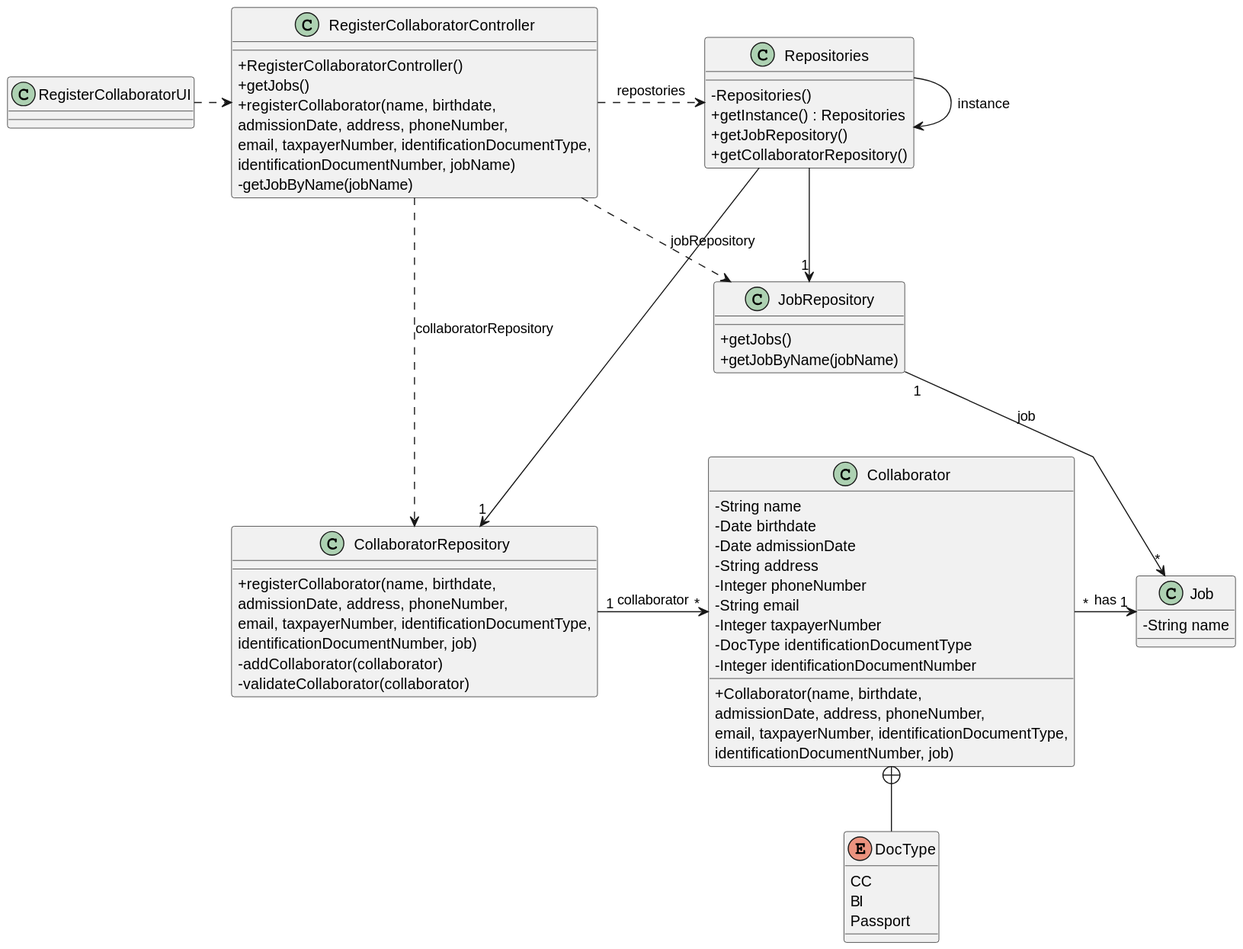
Earlier version of the PlantUML export docs/sprintB/us003/03.design/svg/us003-class-diagram.svg (Departamento-de-Engenharia-Informatica/lei-24-s2-1dm-g132). Source of this version:
```plantuml
@startuml
skinparam packageStyle rectangle
skinparam shadowing false
skinparam linetype polyline

skinparam classAttributeIconSize 0


class RegisterCollaboratorUI
{

}

class RegisterCollaboratorController
{
    + RegisterCollaboratorController()
    + getJobs()
    + registerCollaborator(name, birthdate,\nadmissionDate, address, phoneNumber,\nemail, taxpayerNumber, identificationDocumentType,\nidentificationDocumentNumber, jobName)
    - getJobByName(jobName)
}

class Repositories
{
    - Repositories()
    + getInstance() : Repositories
    + getJobRepository()
    + getCollaboratorRepository()
}

class JobRepository
{
    + getJobs()
    + getJobByName(jobName)
}

class CollaboratorRepository
{
    + registerCollaborator(name, birthdate,\nadmissionDate, address, phoneNumber,\nemail, taxpayerNumber, identificationDocumentType,\nidentificationDocumentNumber, job)
    - addCollaborator(collaborator)
    - validateCollaborator(collaborator)
}

class Collaborator
{
    - String name
    - Date birthdate
    - Date admissionDate
    - String address
    - Integer phoneNumber
    - String email
    - Integer taxpayerNumber
    - DocType identificationDocumentType
    - Integer identificationDocumentNumber
    + Collaborator(name, birthdate,\nadmissionDate, address, phoneNumber,\nemail, taxpayerNumber, identificationDocumentType,\nidentificationDocumentNumber, job)
}

enum DocType
{
    CC
    BI
    Passport
}

class Job
{
    - String name
}

Collaborator +-- DocType

Repositories -> Repositories : instance

RegisterCollaboratorUI .> RegisterCollaboratorController

RegisterCollaboratorController .> Repositories : repostories
RegisterCollaboratorController ..> JobRepository : jobRepository
RegisterCollaboratorController ..> CollaboratorRepository : collaboratorRepository

Repositories --> "1" JobRepository
Repositories ---> "1" CollaboratorRepository

JobRepository "1" -> "*" Job : job
CollaboratorRepository "1" -> "*" Collaborator : collaborator

Collaborator "*" -> "1" Job : has
@enduml
```
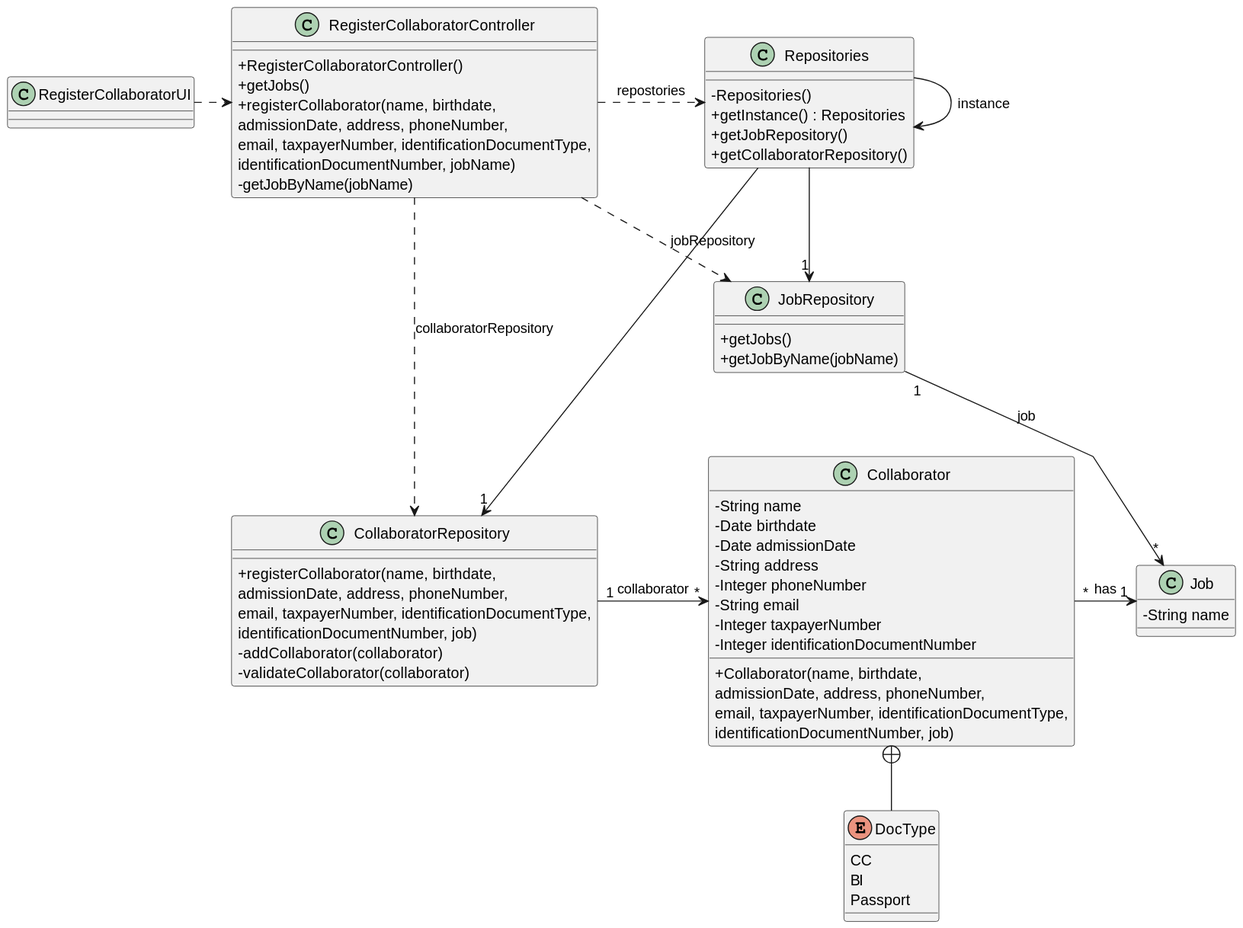
The same file after the commit.

Commit message:
US003 class diagram minor update

Change to the diagram source:
```diff
@@ -49,7 +49,6 @@
     - Integer phoneNumber
     - String email
     - Integer taxpayerNumber
-    - DocType identificationDocumentType
     - Integer identificationDocumentNumber
     + Collaborator(name, birthdate,\nadmissionDate, address, phoneNumber,\nemail, taxpayerNumber, identificationDocumentType,\nidentificationDocumentNumber, job)
 }
```
